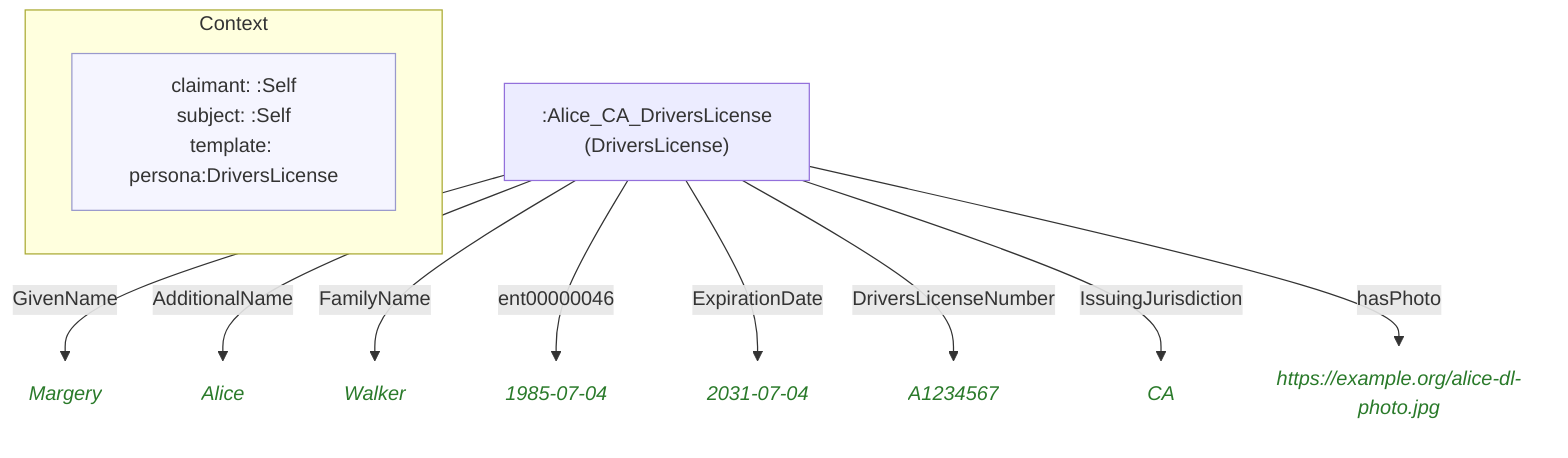
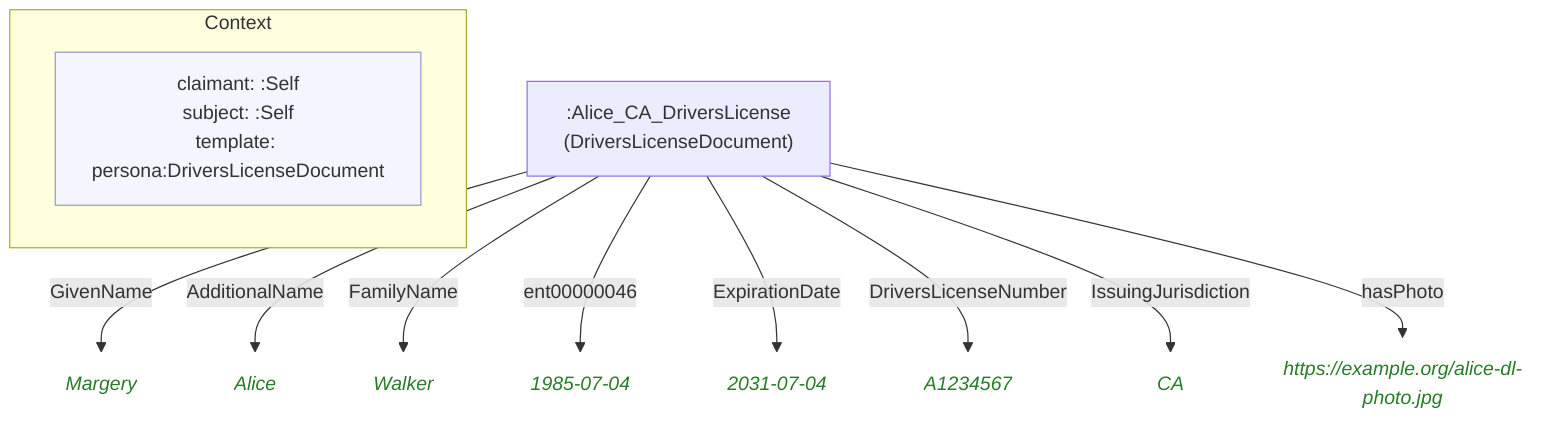
flowchart TD
    classDef person fill:#fffacd,stroke:#aaa,color:#333
    classDef grp    fill:#d4edda,stroke:#aaa,color:#333
    classDef org    fill:#cce5ff,stroke:#aaa,color:#333
    classDef lit    fill:none,stroke:none,font-style:italic,color:#2a7a2a
    classDef meta   fill:#f5f5ff,stroke:#9999cc,color:#333

    subgraph ctx["Context"]
        direction LR
-         ctx_meta["claimant: :Self\nsubject: :Self\ntemplate: persona:DriversLicense"]:::meta
+         ctx_meta["claimant: :Self\nsubject: :Self\ntemplate: persona:DriversLicenseDocument"]:::meta
    end

-     naafab809f865[":Alice_CA_DriversLicense\n(DriversLicense)"]
-     n582b983e74a0("Margery"):::lit
-     n1f9e8289b911("Alice"):::lit
-     nf542739f8f21("Walker"):::lit
-     n6fac2b276c9c("1985-07-04"):::lit
-     nd76f905a68a5("2031-07-04"):::lit
-     n9f8e81fa24ea("A1234567"):::lit
-     n74a8da3e6fc4("CA"):::lit
+     naafab809f865[":Alice_CA_DriversLicense\n(DriversLicenseDocument)"]
+     n67ea2fdfc2bd("Margery"):::lit
+     n53611c8bd7fb("Alice"):::lit
+     n28f08aaef342("Walker"):::lit
+     nf6285eb09080("1985-07-04"):::lit
+     ndc6cf0d8761c("2031-07-04"):::lit
+     nc6d60a60851d("A1234567"):::lit
+     ne3b7efacdff3("CA"):::lit
    n2d7288ec7ae7("https://example.org/alice-dl-photo.jpg"):::lit

-     naafab809f865 -->|"GivenName"| n582b983e74a0
-     naafab809f865 -->|"AdditionalName"| n1f9e8289b911
-     naafab809f865 -->|"FamilyName"| nf542739f8f21
-     naafab809f865 -->|"ent00000046"| n6fac2b276c9c
-     naafab809f865 -->|"ExpirationDate"| nd76f905a68a5
-     naafab809f865 -->|"DriversLicenseNumber"| n9f8e81fa24ea
-     naafab809f865 -->|"IssuingJurisdiction"| n74a8da3e6fc4
+     naafab809f865 -->|"GivenName"| n67ea2fdfc2bd
+     naafab809f865 -->|"AdditionalName"| n53611c8bd7fb
+     naafab809f865 -->|"FamilyName"| n28f08aaef342
+     naafab809f865 -->|"ent00000046"| nf6285eb09080
+     naafab809f865 -->|"ExpirationDate"| ndc6cf0d8761c
+     naafab809f865 -->|"DriversLicenseNumber"| nc6d60a60851d
+     naafab809f865 -->|"IssuingJurisdiction"| ne3b7efacdff3
    naafab809f865 -->|"hasPhoto"| n2d7288ec7ae7
